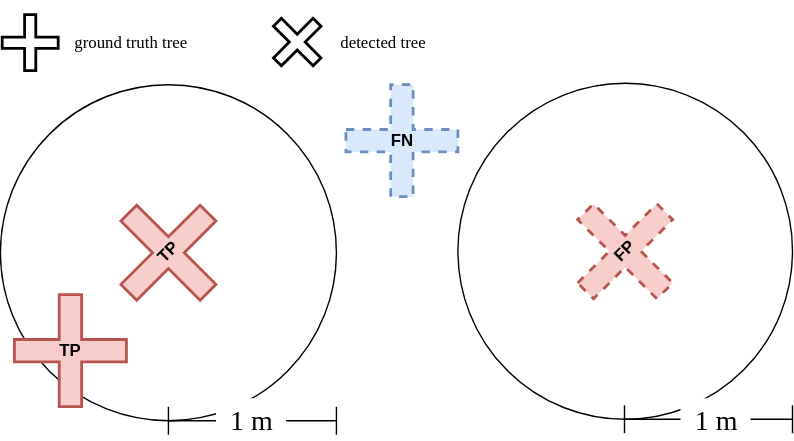
The draw.io diagram documentation/img/STDL-TreeDet-AssessmentScript-TaggingInTheMostTrivialCase.svg in swiss-territorial-data-lab/treedet-toolkit, before a commit. Source tidied: cells renumbered, new cells last; positions are measured from the earlier drawing's top-left corner, leaving out a move shared by most shapes.
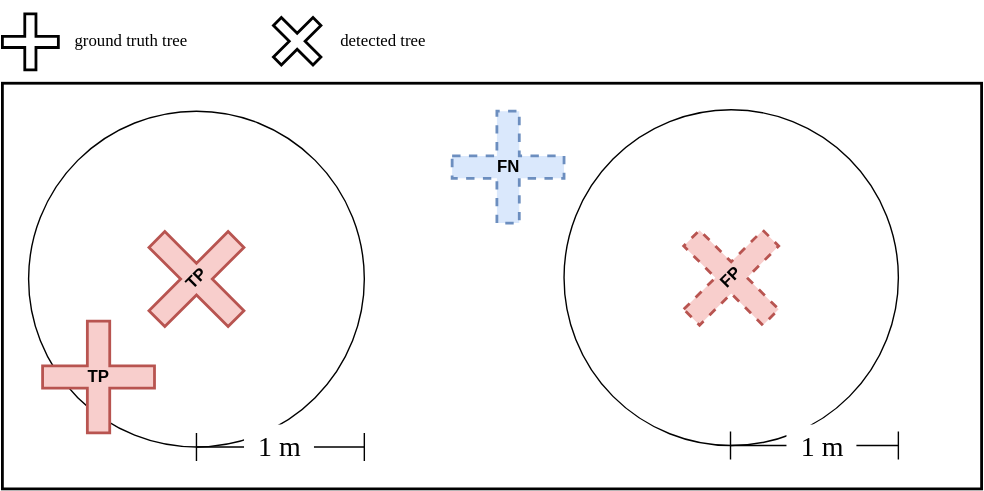
The same diagram one commit later.

The edit, as a diff of the source:
```diff
@@ -2,47 +2,50 @@
   <root>
     <mxCell id="0" />
     <mxCell id="1" parent="0" />
-    <mxCell id="2" style="ellipse;whiteSpace=wrap;html=1;fontFamily=Lucida Console;fontSize=20;fillColor=none;" parent="1" vertex="1">
-      <mxGeometry x="326.5" y="49" width="239" height="240" as="geometry" />
+    <mxCell id="2" style="rounded=0;whiteSpace=wrap;html=1;fillColor=none;strokeWidth=2;" parent="1" vertex="1">
+      <mxGeometry x="-19" y="30" width="700" height="290" as="geometry" />
     </mxCell>
     <mxCell id="3" style="ellipse;whiteSpace=wrap;html=1;fontFamily=Lucida Console;fontSize=20;fillColor=none;" parent="1" vertex="1">
-      <mxGeometry x="-0.3" y="50" width="240" height="240" as="geometry" />
+      <mxGeometry x="382.5" y="49" width="239" height="240" as="geometry" />
     </mxCell>
-    <mxCell id="4" style="shape=crossbar;whiteSpace=wrap;html=1;rounded=1;fontFamily=Lucida Console;fontSize=20;fillColor=#000000;" parent="1" vertex="1">
-      <mxGeometry x="119.7" y="280" width="120" height="20" as="geometry" />
+    <mxCell id="4" style="ellipse;whiteSpace=wrap;html=1;fontFamily=Lucida Console;fontSize=20;fillColor=none;" parent="1" vertex="1">
+      <mxGeometry x="-0.3" y="50" width="240" height="240" as="geometry" />
     </mxCell>
-    <mxCell id="5" value="1 m" style="text;html=1;align=center;verticalAlign=middle;strokeColor=none;fillColor=default;fontSize=20;fontFamily=Lucida Console;fontStyle=0;" parent="1" vertex="1">
-      <mxGeometry x="153.7" y="274" width="50" height="30" as="geometry" />
+    <mxCell id="5" style="shape=crossbar;whiteSpace=wrap;html=1;rounded=1;fontFamily=Lucida Console;fontSize=20;fillColor=#000000;" parent="1" vertex="1">
+      <mxGeometry x="119.7" y="280" width="120" height="20" as="geometry" />
     </mxCell>
-    <mxCell id="6" style="shape=cross;whiteSpace=wrap;html=1;rotation=-45;fontStyle=1;strokeWidth=2;fontSize=12;" parent="1" vertex="1">
-      <mxGeometry x="191.7" y="-0.4" width="40" height="40" as="geometry" />
+    <mxCell id="6" value="1 m" style="text;html=1;align=center;verticalAlign=middle;strokeColor=none;fillColor=default;fontSize=20;fontFamily=Lucida Console;fontStyle=0;" parent="1" vertex="1">
+      <mxGeometry x="153.7" y="274" width="50" height="30" as="geometry" />
     </mxCell>
-    <mxCell id="7" value="&lt;div style=&quot;font-size: 12px;&quot;&gt;detected tree&lt;br style=&quot;font-size: 12px;&quot;&gt;&lt;/div&gt;" style="text;html=1;strokeColor=none;fillColor=none;align=left;verticalAlign=middle;whiteSpace=wrap;rounded=0;fontFamily=Lucida Console;fontSize=12;" parent="1" vertex="1">
-      <mxGeometry x="241" y="-0.4" width="170" height="40.4" as="geometry" />
+    <mxCell id="7" style="shape=cross;whiteSpace=wrap;html=1;rotation=-45;fontStyle=1;strokeWidth=2;fontSize=12;" parent="1" vertex="1">
+      <mxGeometry x="171.7" y="-20" width="40" height="40" as="geometry" />
     </mxCell>
-    <mxCell id="8" style="shape=cross;whiteSpace=wrap;html=1;rotation=0;fontStyle=1;strokeWidth=2;fontSize=12;" parent="1" vertex="1">
-      <mxGeometry x="1" width="40" height="40" as="geometry" />
+    <mxCell id="8" value="&lt;div style=&quot;font-size: 12px;&quot;&gt;detected tree&lt;br style=&quot;font-size: 12px;&quot;&gt;&lt;/div&gt;" style="text;html=1;strokeColor=none;fillColor=none;align=left;verticalAlign=middle;whiteSpace=wrap;rounded=0;fontFamily=Lucida Console;fontSize=12;" parent="1" vertex="1">
+      <mxGeometry x="221" y="-20" width="170" height="40.4" as="geometry" />
     </mxCell>
-    <mxCell id="9" value="ground truth tree" style="text;html=1;strokeColor=none;fillColor=none;align=left;verticalAlign=middle;whiteSpace=wrap;rounded=0;fontFamily=Lucida Console;fontSize=12;" parent="1" vertex="1">
-      <mxGeometry x="51" width="130" height="40" as="geometry" />
+    <mxCell id="9" style="shape=cross;whiteSpace=wrap;html=1;rotation=0;fontStyle=1;strokeWidth=2;fontSize=12;" parent="1" vertex="1">
+      <mxGeometry x="-19" y="-19.6" width="40" height="40" as="geometry" />
     </mxCell>
-    <mxCell id="10" value="TP" style="shape=cross;whiteSpace=wrap;html=1;rotation=-45;fillColor=#f8cecc;strokeColor=#b85450;strokeWidth=2;perimeterSpacing=1;fontStyle=1;" parent="1" vertex="1">
-      <mxGeometry x="79.7" y="130" width="80" height="80" as="geometry" />
+    <mxCell id="10" value="ground truth tree" style="text;html=1;strokeColor=none;fillColor=none;align=left;verticalAlign=middle;whiteSpace=wrap;rounded=0;fontFamily=Lucida Console;fontSize=12;" parent="1" vertex="1">
+      <mxGeometry x="31" y="-19.6" width="130" height="40" as="geometry" />
     </mxCell>
-    <mxCell id="11" style="shape=crossbar;whiteSpace=wrap;html=1;rounded=1;fontFamily=Lucida Console;fontSize=20;fillColor=#000000;" parent="1" vertex="1">
-      <mxGeometry x="445.5" y="279" width="120" height="20" as="geometry" />
+    <mxCell id="11" value="TP" style="shape=cross;whiteSpace=wrap;html=1;rotation=-45;fillColor=#f8cecc;strokeColor=#b85450;strokeWidth=2;perimeterSpacing=1;fontStyle=1;" parent="1" vertex="1">
+      <mxGeometry x="79.7" y="130" width="80" height="80" as="geometry" />
     </mxCell>
-    <mxCell id="12" value="1 m" style="text;html=1;align=center;verticalAlign=middle;strokeColor=none;fillColor=default;fontSize=20;fontFamily=Lucida Console;" parent="1" vertex="1">
-      <mxGeometry x="485.5" y="274" width="50" height="30" as="geometry" />
+    <mxCell id="12" style="shape=crossbar;whiteSpace=wrap;html=1;rounded=1;fontFamily=Lucida Console;fontSize=20;fillColor=#000000;" parent="1" vertex="1">
+      <mxGeometry x="501.5" y="279" width="120" height="20" as="geometry" />
     </mxCell>
-    <mxCell id="13" value="FP" style="shape=cross;whiteSpace=wrap;html=1;rotation=-45;fillColor=#f8cecc;strokeColor=#b85450;dashed=1;strokeWidth=2;perimeterSpacing=1;fontStyle=1;" parent="1" vertex="1">
-      <mxGeometry x="406" y="129" width="80" height="80" as="geometry" />
+    <mxCell id="13" value="1 m" style="text;html=1;align=center;verticalAlign=middle;strokeColor=none;fillColor=default;fontSize=20;fontFamily=Lucida Console;" parent="1" vertex="1">
+      <mxGeometry x="541.5" y="274" width="50" height="30" as="geometry" />
     </mxCell>
-    <mxCell id="14" value="TP" style="shape=cross;whiteSpace=wrap;html=1;fillColor=#f8cecc;strokeColor=#b85450;fontStyle=1;strokeWidth=2;" parent="1" vertex="1">
-      <mxGeometry x="9.7" y="200" width="80" height="80" as="geometry" />
+    <mxCell id="14" value="FP" style="shape=cross;whiteSpace=wrap;html=1;rotation=-45;fillColor=#f8cecc;strokeColor=#b85450;dashed=1;strokeWidth=2;perimeterSpacing=1;fontStyle=1;" parent="1" vertex="1">
+      <mxGeometry x="462" y="129" width="80" height="80" as="geometry" />
     </mxCell>
-    <mxCell id="15" value="FN" style="shape=cross;whiteSpace=wrap;html=1;fillColor=#dae8fc;strokeColor=#6c8ebf;fontStyle=1;strokeWidth=2;dashed=1;" parent="1" vertex="1">
-      <mxGeometry x="246.5" y="50" width="80" height="80" as="geometry" />
+    <mxCell id="15" value="TP" style="shape=cross;whiteSpace=wrap;html=1;fillColor=#f8cecc;strokeColor=#b85450;fontStyle=1;strokeWidth=2;" parent="1" vertex="1">
+      <mxGeometry x="9.7" y="200" width="80" height="80" as="geometry" />
     </mxCell>
+    <mxCell id="16" value="FN" style="shape=cross;whiteSpace=wrap;html=1;fillColor=#dae8fc;strokeColor=#6c8ebf;fontStyle=1;strokeWidth=2;dashed=1;" parent="1" vertex="1">
+      <mxGeometry x="302.5" y="50" width="80" height="80" as="geometry" />
+    </mxCell>
   </root>
 </mxGraphModel>
```
